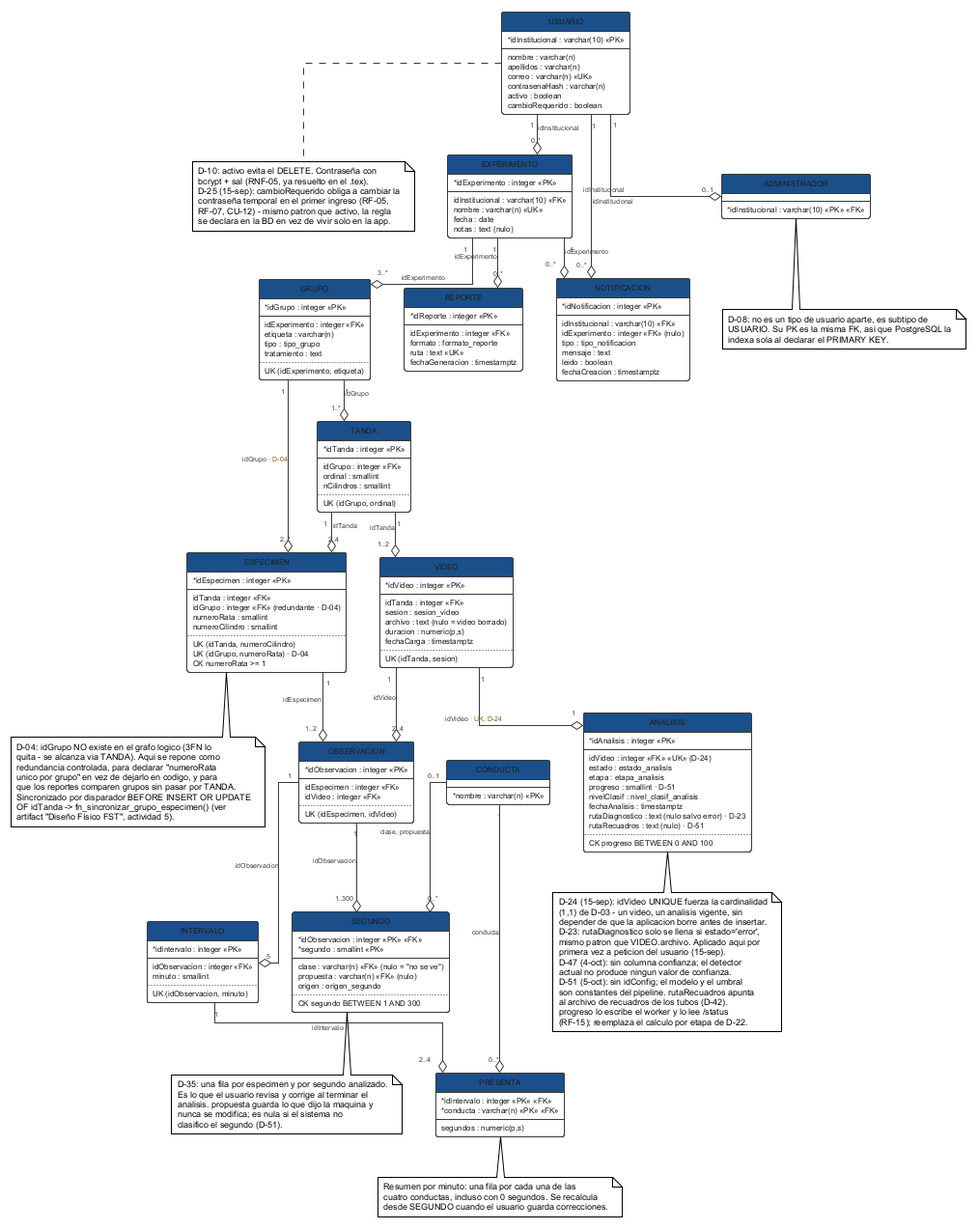
ErickJester/fst-ai-system-latex keeps this PlantUML diagram as figures/mermaid/esquema_fisico.png. Above is the earlier version.
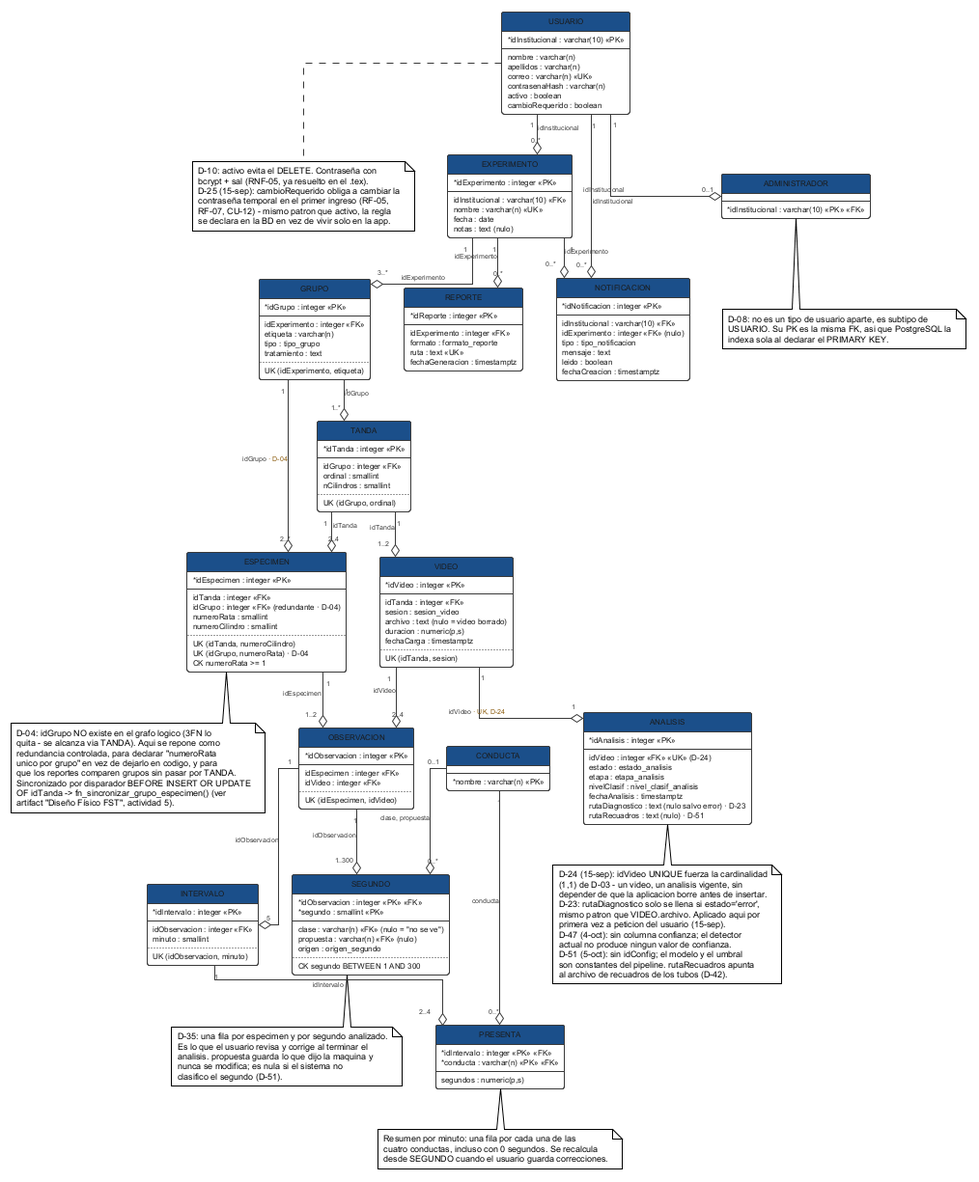
After the change.

Diff of the diagram source:
```diff
@@ -122,13 +122,10 @@
   idVideo : integer <<FK>> <<UK>> (D-24)
   estado : estado_analisis
   etapa : etapa_analisis
-  progreso : smallint · D-51
   nivelClasif : nivel_clasif_analisis
   fechaAnalisis : timestamptz
   rutaDiagnostico : text (nulo salvo error) · D-23
   rutaRecuadros : text (nulo) · D-51
-  ..
-  CK progreso BETWEEN 0 AND 100
 }
 note bottom of ANALISIS
   D-24 (15-sep): idVideo UNIQUE fuerza la cardinalidad
@@ -142,8 +139,6 @@
   D-51 (5-oct): sin idConfig; el modelo y el umbral
   son constantes del pipeline. rutaRecuadros apunta
   al archivo de recuadros de los tubos (D-42).
-  progreso lo escribe el worker y lo lee /status
-  (RF-15); reemplaza el calculo por etapa de D-22.
 end note
 
 entity OBSERVACION {
```
